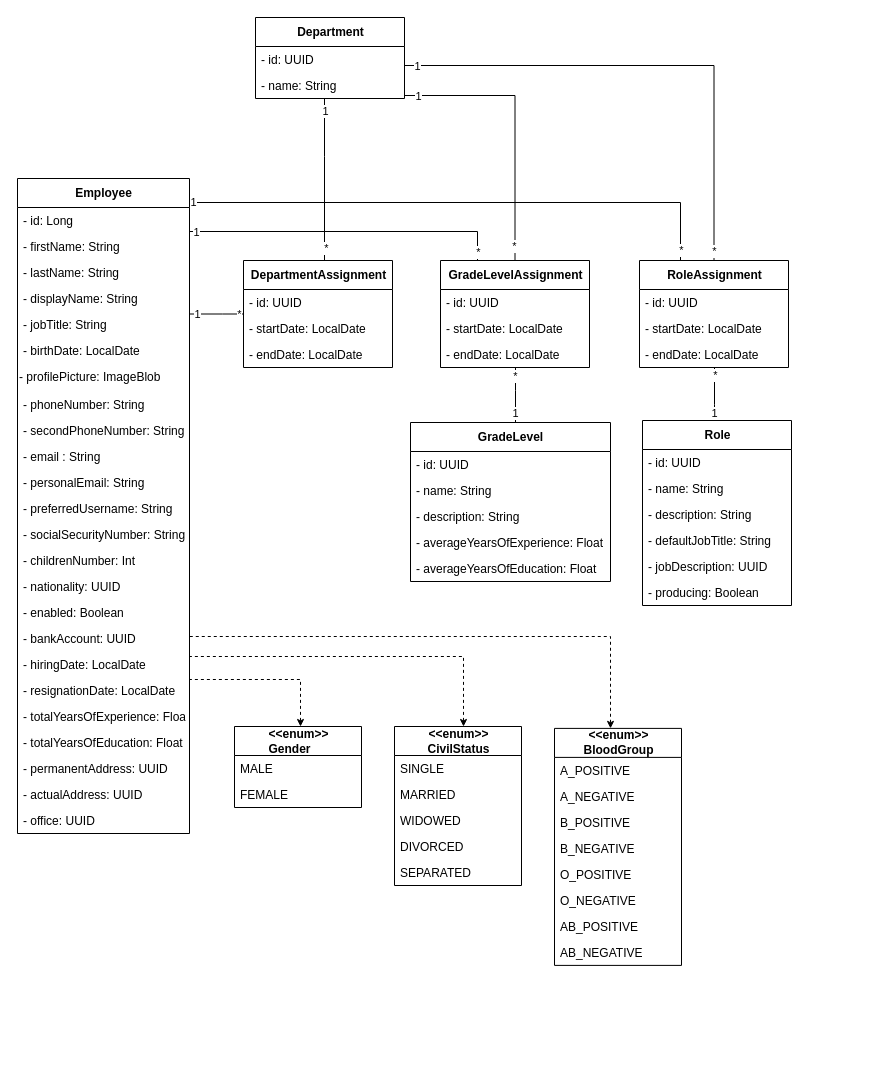
The draw.io diagram Department/_DiagrammeClasseDepartment.drawio in ZidiMedAmine/UML, before the edit. Source tidied: cells renumbered, new cells numbered last; positions are measured from the earlier drawing's top-left corner, leaving out a move shared by most shapes. Both pictures are drawn from the tidied source at 100%, with x=0, y=0 at pixel (17, 17).
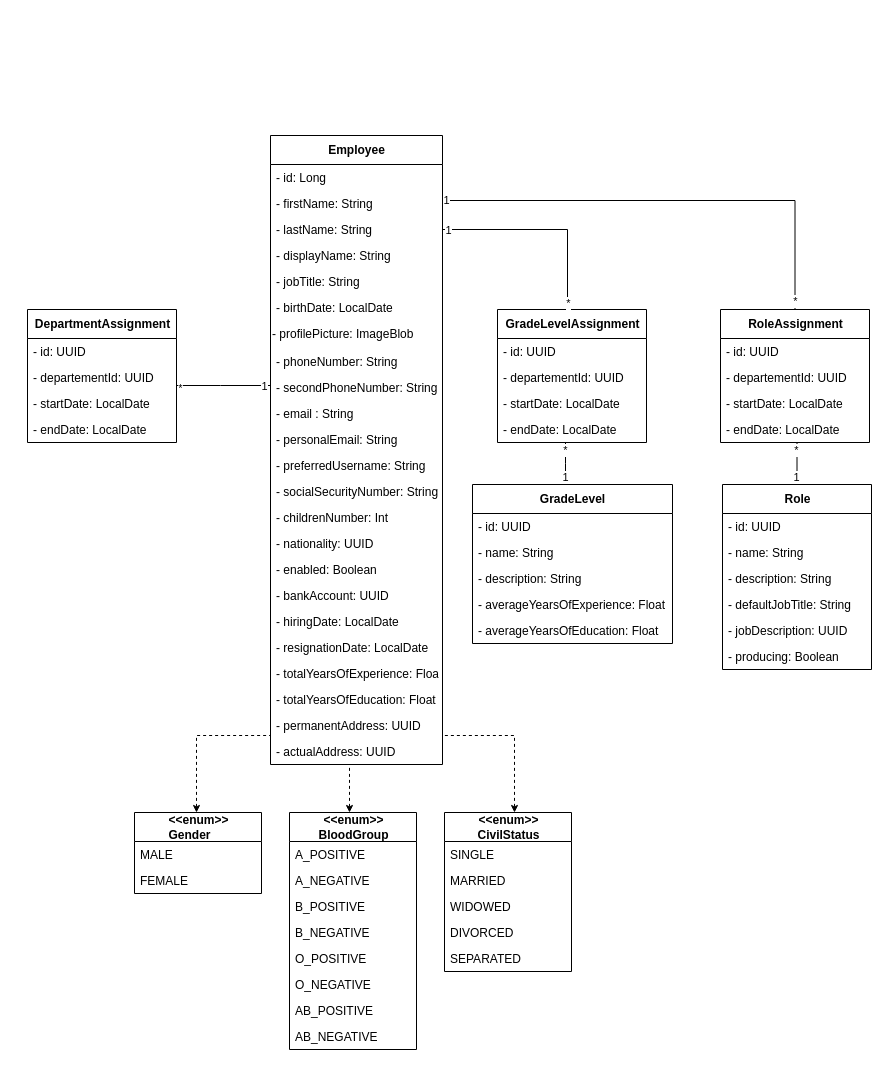
After the change.

Commit message:
Mettre à jour _DiagrammeClasse_Staff.drawio

Change to the diagram source:
```diff
@@
     <mxCell id="2" value="&lt;b&gt;Employee&lt;/b&gt;" style="swimlane;fontStyle=0;align=center;verticalAlign=middle;horizontal=1;startSize=29;html=1;fontSize=12;labelPosition=center;verticalLabelPosition=middle;strokeColor=default;swimlaneLine=1;rounded=0;shadow=0;glass=0;sketch=0;perimeterSpacing=0;" parent="1" vertex="1">
-      <mxGeometry y="161" width="172" height="655" as="geometry" />
+      <mxGeometry x="253" y="118" width="172" height="629" as="geometry" />
     </mxCell>
@@
-    <mxCell id="26" value="- office: UUID" style="text;strokeColor=none;fillColor=none;align=left;verticalAlign=top;spacingLeft=4;spacingRight=4;overflow=hidden;fontStyle=0;" parent="2" vertex="1">
-      <mxGeometry y="629" width="172" height="26" as="geometry" />
-    </mxCell>
     <mxCell id="27" style="edgeStyle=orthogonalEdgeStyle;rounded=0;jettySize=auto;html=1;endArrow=none;endFill=0;endSize=5;startSize=5;" parent="1" edge="1" source="33" target="2">
       <mxGeometry relative="1" as="geometry">
         <Array as="points">
-          <mxPoint x="205" y="297" />
-          <mxPoint x="205" y="297" />
+          <mxPoint x="203" y="368" />
+          <mxPoint x="203" y="368" />
         </Array>
       </mxGeometry>
     </mxCell>
     <mxCell id="28" value="*" style="edgeLabel;html=1;align=center;verticalAlign=middle;" parent="27" vertex="1">
       <mxGeometry x="-0.93" relative="1" as="geometry">
-        <mxPoint x="-3" as="offset" />
+        <mxPoint y="2" as="offset" />
       </mxGeometry>
     </mxCell>
     <mxCell id="29" value="1" style="edgeLabel;html=1;align=center;verticalAlign=middle;" parent="27" vertex="1">
       <mxGeometry x="0.88" relative="1" as="geometry">
-        <mxPoint x="4" as="offset" />
+        <mxPoint x="-1" as="offset" />
       </mxGeometry>
     </mxCell>
-    <mxCell id="30" style="edgeStyle=orthogonalEdgeStyle;rounded=0;jettySize=auto;html=1;endArrow=none;endFill=0;startSize=5;endSize=5;" parent="1" edge="1" source="33" target="37">
-      <mxGeometry relative="1" as="geometry">
-        <Array as="points">
-          <mxPoint x="307" y="139" />
-          <mxPoint x="307" y="139" />
-        </Array>
-      </mxGeometry>
-    </mxCell>
-    <mxCell id="31" value="*" style="edgeLabel;html=1;align=center;verticalAlign=middle;" parent="30" vertex="1">
-      <mxGeometry x="-0.84" y="-1" relative="1" as="geometry" />
-    </mxCell>
-    <mxCell id="32" value="1" style="edgeLabel;html=1;align=center;verticalAlign=middle;" parent="30" vertex="1">
-      <mxGeometry x="0.86" y="-1" relative="1" as="geometry">
-        <mxPoint x="-1" y="1" as="offset" />
-      </mxGeometry>
-    </mxCell>
     <mxCell id="33" value="&lt;div style=&quot;text-align: left&quot;&gt;&lt;span&gt;DepartmentAssignment&lt;/span&gt;&lt;/div&gt;" style="swimlane;fontStyle=1;align=center;verticalAlign=middle;horizontal=1;startSize=29;html=1;fontSize=12;labelPosition=center;verticalLabelPosition=middle;swimlaneLine=1;rounded=0;sketch=0;glass=0;" parent="1" vertex="1">
-      <mxGeometry x="226" y="243" width="149" height="107" as="geometry" />
+      <mxGeometry x="10" y="292" width="149" height="133" as="geometry" />
     </mxCell>
@@
+    <mxCell id="100" value="- departementId: UUID" style="text;strokeColor=none;fillColor=none;align=left;verticalAlign=top;spacingLeft=4;spacingRight=4;overflow=hidden;fontStyle=0;" parent="33" vertex="1">
+      <mxGeometry y="55" width="149" height="26" as="geometry" />
+    </mxCell>
     <mxCell id="35" value="- startDate: LocalDate" style="text;strokeColor=none;fillColor=none;align=left;verticalAlign=top;spacingLeft=4;spacingRight=4;overflow=hidden;fontStyle=0;" parent="33" vertex="1">
-      <mxGeometry y="55" width="149" height="26" as="geometry" />
+      <mxGeometry y="81" width="149" height="26" as="geometry" />
     </mxCell>
     <mxCell id="36" value="- endDate: LocalDate" style="text;strokeColor=none;fillColor=none;align=left;verticalAlign=top;spacingLeft=4;spacingRight=4;overflow=hidden;fontStyle=0;" parent="33" vertex="1">
-      <mxGeometry y="81" width="149" height="26" as="geometry" />
+      <mxGeometry y="107" width="149" height="26" as="geometry" />
     </mxCell>
-    <mxCell id="37" value="&lt;div style=&quot;text-align: left&quot;&gt;&lt;span&gt;Department&lt;/span&gt;&lt;/div&gt;" style="swimlane;fontStyle=1;align=center;verticalAlign=middle;horizontal=1;startSize=29;html=1;fontSize=12;labelPosition=center;verticalLabelPosition=middle;swimlaneLine=1;rounded=0;sketch=0;glass=0;" parent="1" vertex="1">
-      <mxGeometry x="238" width="149" height="81" as="geometry" />
-    </mxCell>
-    <mxCell id="38" value="- id: UUID" style="text;strokeColor=none;fillColor=none;align=left;verticalAlign=top;spacingLeft=4;spacingRight=4;overflow=hidden;fontStyle=0;" parent="37" vertex="1">
-      <mxGeometry y="29" width="149" height="26" as="geometry" />
-    </mxCell>
-    <mxCell id="39" value="- name: String" style="text;strokeColor=none;fillColor=none;align=left;verticalAlign=top;spacingLeft=4;spacingRight=4;overflow=hidden;fontStyle=0;" parent="37" vertex="1">
-      <mxGeometry y="55" width="149" height="26" as="geometry" />
-    </mxCell>
-    <mxCell id="40" style="edgeStyle=orthogonalEdgeStyle;rounded=0;jettySize=auto;html=1;endArrow=none;endFill=0;startSize=5;endSize=5;" parent="1" edge="1" source="43" target="37">
-      <mxGeometry relative="1" as="geometry">
-        <Array as="points">
-          <mxPoint x="498" y="78" />
-        </Array>
-      </mxGeometry>
-    </mxCell>
-    <mxCell id="41" value="*" style="edgeLabel;html=1;align=center;verticalAlign=middle;" parent="40" vertex="1">
-      <mxGeometry x="-0.89" y="1" relative="1" as="geometry" />
-    </mxCell>
-    <mxCell id="42" value="1" style="edgeLabel;html=1;align=center;verticalAlign=middle;" parent="40" vertex="1">
-      <mxGeometry x="0.91" y="1" relative="1" as="geometry">
-        <mxPoint x="1" y="-1" as="offset" />
-      </mxGeometry>
-    </mxCell>
     <mxCell id="43" value="&lt;div style=&quot;text-align: left&quot;&gt;GradeLevelAssignment&lt;br&gt;&lt;/div&gt;" style="swimlane;fontStyle=1;align=center;verticalAlign=middle;horizontal=1;startSize=29;html=1;fontSize=12;labelPosition=center;verticalLabelPosition=middle;swimlaneLine=1;rounded=0;sketch=0;glass=0;" parent="1" vertex="1">
-      <mxGeometry x="423" y="243" width="149" height="107" as="geometry" />
+      <mxGeometry x="480" y="292" width="149" height="133" as="geometry" />
     </mxCell>
@@
+    <mxCell id="101" value="- departementId: UUID" style="text;strokeColor=none;fillColor=none;align=left;verticalAlign=top;spacingLeft=4;spacingRight=4;overflow=hidden;fontStyle=0;" parent="43" vertex="1">
+      <mxGeometry y="55" width="149" height="26" as="geometry" />
+    </mxCell>
     <mxCell id="45" value="- startDate: LocalDate" style="text;strokeColor=none;fillColor=none;align=left;verticalAlign=top;spacingLeft=4;spacingRight=4;overflow=hidden;fontStyle=0;" parent="43" vertex="1">
-      <mxGeometry y="55" width="149" height="26" as="geometry" />
+      <mxGeometry y="81" width="149" height="26" as="geometry" />
     </mxCell>
     <mxCell id="46" value="- endDate: LocalDate" style="text;strokeColor=none;fillColor=none;align=left;verticalAlign=top;spacingLeft=4;spacingRight=4;overflow=hidden;fontStyle=0;" parent="43" vertex="1">
-      <mxGeometry y="81" width="149" height="26" as="geometry" />
+      <mxGeometry y="107" width="149" height="26" as="geometry" />
     </mxCell>
     <mxCell id="47" style="edgeStyle=orthogonalEdgeStyle;rounded=0;jettySize=auto;html=1;endArrow=none;endFill=0;startSize=5;endSize=5;" parent="1" edge="1" source="2" target="43">
       <mxGeometry relative="1" as="geometry">
         <Array as="points">
-          <mxPoint x="460" y="214" />
+          <mxPoint x="550" y="212" />
         </Array>
       </mxGeometry>
     </mxCell>
@@
     <mxCell id="49" value="1" style="edgeLabel;html=1;align=center;verticalAlign=middle;" parent="47" vertex="1">
-      <mxGeometry x="-0.96" relative="1" as="geometry" />
+      <mxGeometry x="-0.96" relative="1" as="geometry">
+        <mxPoint x="1" as="offset" />
+      </mxGeometry>
     </mxCell>
     <mxCell id="50" style="edgeStyle=orthogonalEdgeStyle;rounded=0;jettySize=auto;html=1;endArrow=none;endFill=0;startSize=5;endSize=5;" parent="1" edge="1" source="53" target="43">
       <mxGeometry relative="1" as="geometry">
         <Array as="points">
-          <mxPoint x="498" y="373" />
-          <mxPoint x="498" y="373" />
+          <mxPoint x="548" y="446" />
+          <mxPoint x="548" y="446" />
         </Array>
       </mxGeometry>
     </mxCell>
@@
     <mxCell id="53" value="GradeLevel" style="swimlane;fontStyle=1;align=center;verticalAlign=middle;horizontal=1;startSize=29;html=1;fontSize=12;labelPosition=center;verticalLabelPosition=middle;swimlaneLine=1;rounded=0;sketch=0;glass=0;" parent="1" vertex="1">
-      <mxGeometry x="393" y="405" width="200" height="159" as="geometry" />
+      <mxGeometry x="455" y="467" width="200" height="159" as="geometry" />
     </mxCell>
@@
-    <mxCell id="59" style="edgeStyle=orthogonalEdgeStyle;rounded=0;jettySize=auto;html=1;endArrow=none;endFill=0;startSize=5;endSize=5;" parent="1" edge="1" source="65" target="37">
-      <mxGeometry relative="1" as="geometry">
-        <Array as="points">
-          <mxPoint x="697" y="48" />
-        </Array>
-      </mxGeometry>
-    </mxCell>
-    <mxCell id="60" value="*" style="edgeLabel;html=1;align=center;verticalAlign=middle;" parent="59" vertex="1">
-      <mxGeometry x="-0.96" relative="1" as="geometry" />
-    </mxCell>
-    <mxCell id="61" value="1" style="edgeLabel;html=1;align=center;verticalAlign=middle;" parent="59" vertex="1">
-      <mxGeometry x="0.95" relative="1" as="geometry" />
-    </mxCell>
     <mxCell id="62" style="edgeStyle=orthogonalEdgeStyle;rounded=0;jettySize=auto;html=1;endArrow=none;endFill=0;startSize=5;endSize=5;" parent="1" edge="1" source="65" target="2">
       <mxGeometry relative="1" as="geometry">
         <Array as="points">
-          <mxPoint x="663" y="185" />
+          <mxPoint x="778" y="183" />
         </Array>
       </mxGeometry>
     </mxCell>
@@
     <mxCell id="64" value="1" style="edgeLabel;html=1;align=center;verticalAlign=middle;" parent="62" vertex="1">
       <mxGeometry x="0.97" y="-1" relative="1" as="geometry">
-        <mxPoint x="-5" as="offset" />
+        <mxPoint x="-3" as="offset" />
       </mxGeometry>
     </mxCell>
     <mxCell id="65" value="RoleAssignment" style="swimlane;fontStyle=1;align=center;verticalAlign=middle;horizontal=1;startSize=29;html=1;fontSize=12;labelPosition=center;verticalLabelPosition=middle;swimlaneLine=1;rounded=0;sketch=0;glass=0;" parent="1" vertex="1">
-      <mxGeometry x="622" y="243" width="149" height="107" as="geometry" />
+      <mxGeometry x="703" y="292" width="149" height="133" as="geometry" />
     </mxCell>
@@
+    <mxCell id="102" value="- departementId: UUID" style="text;strokeColor=none;fillColor=none;align=left;verticalAlign=top;spacingLeft=4;spacingRight=4;overflow=hidden;fontStyle=0;" parent="65" vertex="1">
+      <mxGeometry y="55" width="149" height="26" as="geometry" />
+    </mxCell>
     <mxCell id="67" value="- startDate: LocalDate" style="text;strokeColor=none;fillColor=none;align=left;verticalAlign=top;spacingLeft=4;spacingRight=4;overflow=hidden;fontStyle=0;" parent="65" vertex="1">
-      <mxGeometry y="55" width="149" height="26" as="geometry" />
+      <mxGeometry y="81" width="149" height="26" as="geometry" />
     </mxCell>
     <mxCell id="68" value="- endDate: LocalDate" style="text;strokeColor=none;fillColor=none;align=left;verticalAlign=top;spacingLeft=4;spacingRight=4;overflow=hidden;fontStyle=0;" parent="65" vertex="1">
-      <mxGeometry y="81" width="149" height="26" as="geometry" />
+      <mxGeometry y="107" width="149" height="26" as="geometry" />
     </mxCell>
     <mxCell id="69" style="edgeStyle=orthogonalEdgeStyle;rounded=0;jettySize=auto;html=1;endSize=5;startSize=5;endArrow=none;endFill=0;" parent="1" edge="1" source="72" target="65">
       <mxGeometry relative="1" as="geometry">
         <Array as="points">
-          <mxPoint x="697" y="387" />
-          <mxPoint x="697" y="387" />
+          <mxPoint x="780" y="385" />
         </Array>
       </mxGeometry>
     </mxCell>
     <mxCell id="70" value="*" style="edgeLabel;html=1;align=center;verticalAlign=middle;" parent="69" vertex="1">
-      <mxGeometry x="0.74" relative="1" as="geometry" />
+      <mxGeometry x="0.74" relative="1" as="geometry">
+        <mxPoint x="-1" y="2" as="offset" />
+      </mxGeometry>
     </mxCell>
     <mxCell id="71" value="1" style="edgeLabel;html=1;align=center;verticalAlign=middle;" parent="69" vertex="1">
       <mxGeometry x="-0.73" y="1" relative="1" as="geometry">
-        <mxPoint y="-1" as="offset" />
+        <mxPoint y="-2" as="offset" />
       </mxGeometry>
     </mxCell>
     <mxCell id="72" value="Role" style="swimlane;fontStyle=1;align=center;verticalAlign=middle;horizontal=1;startSize=29;html=1;fontSize=12;labelPosition=center;verticalLabelPosition=middle;swimlaneLine=1;rounded=0;sketch=0;glass=0;" parent="1" vertex="1">
-      <mxGeometry x="625" y="403" width="149" height="185" as="geometry" />
+      <mxGeometry x="705" y="467" width="149" height="185" as="geometry" />
     </mxCell>
@@
     <mxCell id="79" style="edgeStyle=orthogonalEdgeStyle;rounded=0;jettySize=auto;html=1;endArrow=none;endFill=0;startSize=5;endSize=5;startArrow=classic;startFill=1;dashed=1;" parent="1" edge="1" source="80" target="2">
       <mxGeometry relative="1" as="geometry">
         <Array as="points">
-          <mxPoint x="283" y="662" />
+          <mxPoint x="179" y="718" />
         </Array>
       </mxGeometry>
     </mxCell>
     <mxCell id="80" value="&lt;b&gt;&amp;lt;&amp;lt;enum&amp;gt;&amp;gt;&lt;/b&gt;&lt;br&gt;&lt;div style=&quot;text-align: left&quot;&gt;&lt;b&gt;Gender&lt;/b&gt;&lt;br&gt;&lt;/div&gt;" style="swimlane;fontStyle=0;align=center;verticalAlign=middle;horizontal=1;startSize=29;html=1;fontSize=12;labelPosition=center;verticalLabelPosition=middle;swimlaneLine=1;rounded=0;sketch=0;glass=0;" parent="1" vertex="1">
-      <mxGeometry x="217" y="709" width="127" height="81" as="geometry" />
+      <mxGeometry x="117" y="795" width="127" height="81" as="geometry" />
     </mxCell>
@@
     <mxCell id="83" style="edgeStyle=orthogonalEdgeStyle;rounded=0;jettySize=auto;html=1;dashed=1;startArrow=classic;startFill=1;endArrow=none;endFill=0;startSize=5;endSize=5;" parent="1" edge="1" source="84" target="2">
       <mxGeometry relative="1" as="geometry">
         <Array as="points">
-          <mxPoint x="446" y="639" />
+          <mxPoint x="497" y="718" />
         </Array>
       </mxGeometry>
     </mxCell>
     <mxCell id="84" value="&lt;b&gt;&amp;lt;&amp;lt;enum&amp;gt;&amp;gt;&lt;/b&gt;&lt;br&gt;&lt;div style=&quot;text-align: left&quot;&gt;&lt;b&gt;CivilStatus&lt;/b&gt;&lt;br&gt;&lt;/div&gt;" style="swimlane;fontStyle=0;align=center;verticalAlign=middle;horizontal=1;startSize=29;html=1;fontSize=12;labelPosition=center;verticalLabelPosition=middle;swimlaneLine=1;rounded=0;sketch=0;glass=0;" parent="1" vertex="1">
-      <mxGeometry x="377" y="709" width="127" height="159" as="geometry" />
+      <mxGeometry x="427" y="795" width="127" height="159" as="geometry" />
     </mxCell>
@@
     <mxCell id="90" style="edgeStyle=orthogonalEdgeStyle;rounded=0;jettySize=auto;html=1;dashed=1;startArrow=classic;startFill=1;endArrow=none;endFill=0;startSize=5;endSize=5;" parent="1" edge="1" source="91" target="2">
       <mxGeometry y="3" relative="1" as="geometry">
         <Array as="points">
-          <mxPoint x="593" y="619" />
+          <mxPoint x="332" y="755" />
+          <mxPoint x="332" y="755" />
         </Array>
       </mxGeometry>
     </mxCell>
     <mxCell id="91" value="&lt;b&gt;&amp;lt;&amp;lt;enum&amp;gt;&amp;gt;&lt;/b&gt;&lt;br&gt;&lt;div style=&quot;text-align: left&quot;&gt;&lt;b&gt;BloodGroup&lt;/b&gt;&lt;br&gt;&lt;/div&gt;" style="swimlane;fontStyle=0;align=center;verticalAlign=middle;horizontal=1;startSize=29;html=1;fontSize=12;labelPosition=center;verticalLabelPosition=middle;swimlaneLine=1;rounded=0;sketch=0;glass=0;" parent="1" vertex="1">
-      <mxGeometry x="537" y="710.9" width="127" height="237" as="geometry" />
+      <mxGeometry x="272" y="795" width="127" height="237" as="geometry" />
     </mxCell>
```
